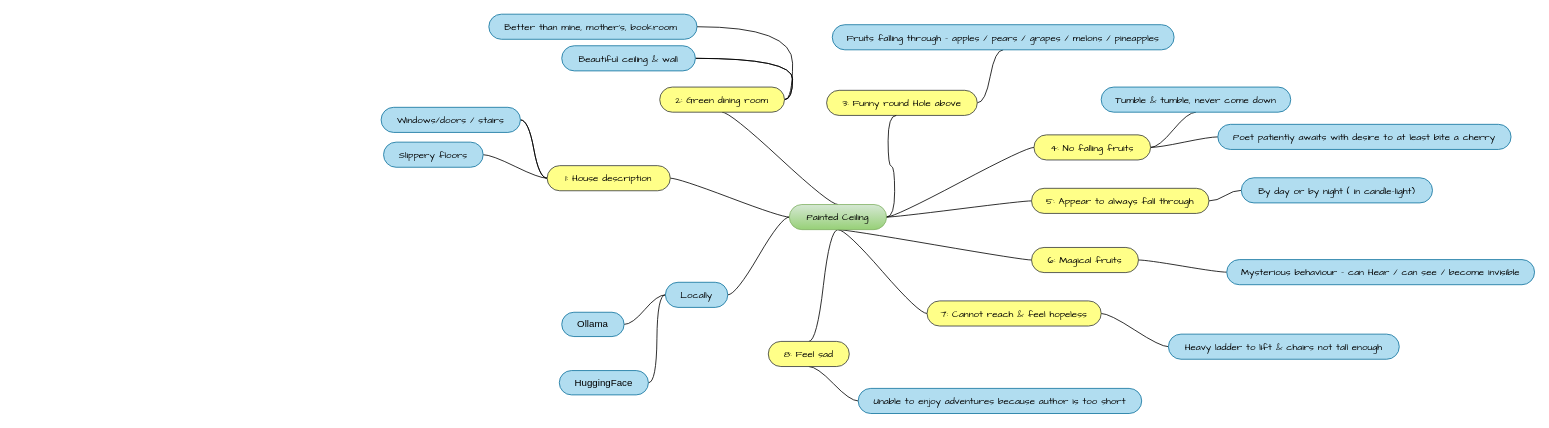
Before: grade6.drawio in bangeras/drawings, a draw.io diagram. Source tidied: cells renumbered, new cells numbered last; positions are measured from the earlier drawing's top-left corner, leaving out a move shared by most shapes. Both pictures are drawn from the tidied source at 81%, with x=0, y=0 at pixel (381, 14).
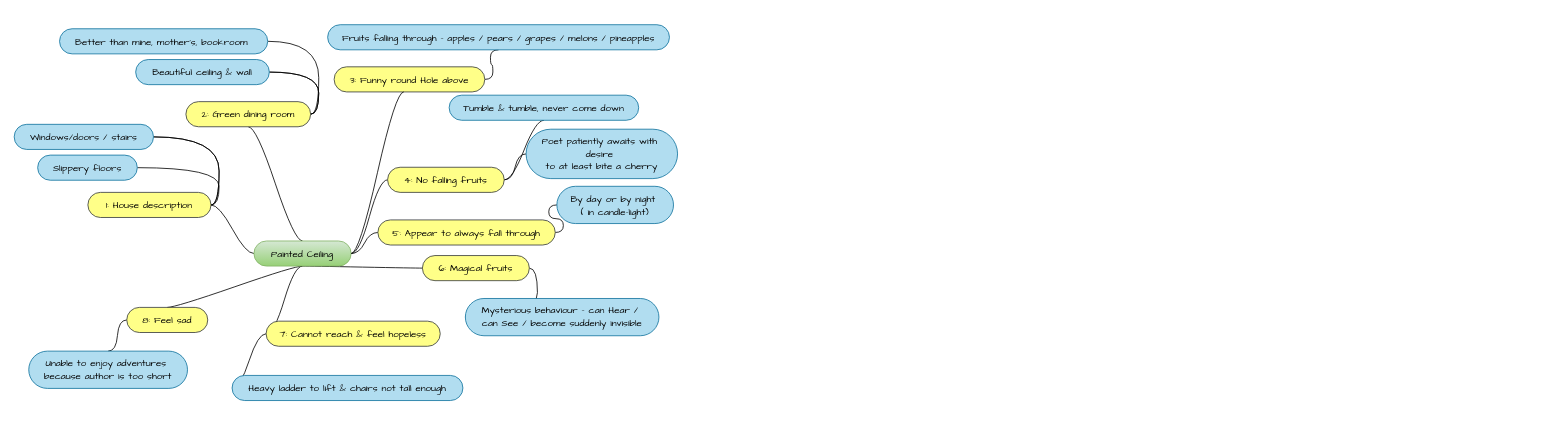
The same page after the edit.

Commit message:
painted ceiling is printer friendly

What changed in the source:
```diff
@@
-    <mxCell id="2" style="edgeStyle=entityRelationEdgeStyle;rounded=0;jettySize=auto;html=1;startArrow=none;endArrow=none;segment=10;curved=1;sourcePerimeterSpacing=0;targetPerimeterSpacing=0;" parent="1" edge="1" source="10" target="13">
-      <mxGeometry relative="1" as="geometry" />
-    </mxCell>
@@
     <mxCell id="10" value="&lt;font face=&quot;Comic Sans MS&quot;&gt;Painted Ceiling&lt;/font&gt;" style="whiteSpace=wrap;html=1;rounded=1;arcSize=50;align=center;verticalAlign=middle;strokeWidth=1;spacing=4;newEdgeStyle={&quot;edgeStyle&quot;:&quot;entityRelationEdgeStyle&quot;,&quot;startArrow&quot;:&quot;none&quot;,&quot;endArrow&quot;:&quot;none&quot;,&quot;segment&quot;:10,&quot;curved&quot;:1,&quot;sourcePerimeterSpacing&quot;:0,&quot;targetPerimeterSpacing&quot;:0};fillColor=#d5e8d4;strokeColor=#82b366;gradientColor=#97d077;" parent="1" vertex="1">
-      <mxGeometry x="504" y="235" width="120" height="31" as="geometry" />
+      <mxGeometry x="-157" y="280" width="120" height="31" as="geometry" />
     </mxCell>
-    <mxCell id="11" style="edgeStyle=entityRelationEdgeStyle;rounded=0;jettySize=auto;html=1;startArrow=none;endArrow=none;segment=10;curved=1;sourcePerimeterSpacing=0;targetPerimeterSpacing=0;" parent="1" edge="1" source="13" target="18">
-      <mxGeometry relative="1" as="geometry" />
+    <mxCell id="11" style="edgeStyle=entityRelationEdgeStyle;rounded=0;orthogonalLoop=1;jettySize=auto;html=1;startArrow=none;endArrow=none;segment=10;curved=1;sourcePerimeterSpacing=0;targetPerimeterSpacing=0;" parent="1" edge="1">
+      <mxGeometry relative="1" as="geometry">
+        <mxPoint x="-102" y="367.5" as="sourcePoint" />
+      </mxGeometry>
     </mxCell>
-    <mxCell id="12" style="edgeStyle=entityRelationEdgeStyle;rounded=0;jettySize=auto;html=1;startArrow=none;endArrow=none;segment=10;curved=1;sourcePerimeterSpacing=0;targetPerimeterSpacing=0;" parent="1" edge="1" source="13" target="19">
-      <mxGeometry relative="1" as="geometry" />
+    <mxCell id="12" style="edgeStyle=entityRelationEdgeStyle;rounded=0;orthogonalLoop=1;jettySize=auto;html=1;startArrow=none;endArrow=none;segment=10;curved=1;sourcePerimeterSpacing=0;targetPerimeterSpacing=0;" parent="1" edge="1">
+      <mxGeometry relative="1" as="geometry">
+        <mxPoint x="-102" y="367.5" as="sourcePoint" />
+      </mxGeometry>
     </mxCell>
-    <mxCell id="13" value="&lt;font face=&quot;Comic Sans MS&quot;&gt;Locally&lt;/font&gt;" style="whiteSpace=wrap;html=1;rounded=1;arcSize=50;align=center;verticalAlign=middle;strokeWidth=1;spacing=4;newEdgeStyle={&quot;edgeStyle&quot;:&quot;entityRelationEdgeStyle&quot;,&quot;startArrow&quot;:&quot;none&quot;,&quot;endArrow&quot;:&quot;none&quot;,&quot;segment&quot;:10,&quot;curved&quot;:1,&quot;sourcePerimeterSpacing&quot;:0,&quot;targetPerimeterSpacing&quot;:0};fillColor=#b1ddf0;strokeColor=#10739e;" parent="1" vertex="1">
-      <mxGeometry x="351" y="331" width="77" height="31" as="geometry" />
-    </mxCell>
@@
     <mxCell id="17" value="&lt;font face=&quot;Comic Sans MS&quot;&gt;1: House description&lt;/font&gt;" style="whiteSpace=wrap;html=1;rounded=1;arcSize=50;align=center;verticalAlign=middle;strokeWidth=1;spacing=4;newEdgeStyle={&quot;edgeStyle&quot;:&quot;entityRelationEdgeStyle&quot;,&quot;startArrow&quot;:&quot;none&quot;,&quot;endArrow&quot;:&quot;none&quot;,&quot;segment&quot;:10,&quot;curved&quot;:1,&quot;sourcePerimeterSpacing&quot;:0,&quot;targetPerimeterSpacing&quot;:0};fillColor=#ffff88;strokeColor=#36393d;" parent="1" vertex="1">
-      <mxGeometry x="205" y="187" width="152" height="31" as="geometry" />
+      <mxGeometry x="-362" y="220" width="152" height="31" as="geometry" />
     </mxCell>
-    <mxCell id="18" value="Ollama" style="whiteSpace=wrap;html=1;rounded=1;arcSize=50;align=center;verticalAlign=middle;strokeWidth=1;spacing=4;newEdgeStyle={&quot;edgeStyle&quot;:&quot;entityRelationEdgeStyle&quot;,&quot;startArrow&quot;:&quot;none&quot;,&quot;endArrow&quot;:&quot;none&quot;,&quot;segment&quot;:10,&quot;curved&quot;:1,&quot;sourcePerimeterSpacing&quot;:0,&quot;targetPerimeterSpacing&quot;:0};fillColor=#b1ddf0;strokeColor=#10739e;" parent="1" vertex="1">
-      <mxGeometry x="223" y="368" width="77" height="30" as="geometry" />
-    </mxCell>
-    <mxCell id="19" value="HuggingFace" style="whiteSpace=wrap;html=1;rounded=1;arcSize=50;align=center;verticalAlign=middle;strokeWidth=1;spacing=4;newEdgeStyle={&quot;edgeStyle&quot;:&quot;entityRelationEdgeStyle&quot;,&quot;startArrow&quot;:&quot;none&quot;,&quot;endArrow&quot;:&quot;none&quot;,&quot;segment&quot;:10,&quot;curved&quot;:1,&quot;sourcePerimeterSpacing&quot;:0,&quot;targetPerimeterSpacing&quot;:0};fillColor=#b1ddf0;strokeColor=#10739e;" parent="1" vertex="1">
-      <mxGeometry x="220" y="440" width="110" height="30" as="geometry" />
-    </mxCell>
     <mxCell id="20" value="&lt;font face=&quot;Comic Sans MS&quot;&gt;Windows/doors / stairs&lt;/font&gt;" style="whiteSpace=wrap;html=1;rounded=1;arcSize=50;align=center;verticalAlign=middle;strokeWidth=1;spacing=4;newEdgeStyle={&quot;edgeStyle&quot;:&quot;entityRelationEdgeStyle&quot;,&quot;startArrow&quot;:&quot;none&quot;,&quot;endArrow&quot;:&quot;none&quot;,&quot;segment&quot;:10,&quot;curved&quot;:1,&quot;sourcePerimeterSpacing&quot;:0,&quot;targetPerimeterSpacing&quot;:0};fillColor=#b1ddf0;strokeColor=#10739e;" parent="1" vertex="1">
-      <mxGeometry y="115" width="172" height="31" as="geometry" />
+      <mxGeometry x="-453" y="136" width="172" height="31" as="geometry" />
     </mxCell>
     <mxCell id="21" value="&lt;font face=&quot;Comic Sans MS&quot;&gt;Slippery floors&lt;/font&gt;" style="whiteSpace=wrap;html=1;rounded=1;arcSize=50;align=center;verticalAlign=middle;strokeWidth=1;spacing=4;newEdgeStyle={&quot;edgeStyle&quot;:&quot;entityRelationEdgeStyle&quot;,&quot;startArrow&quot;:&quot;none&quot;,&quot;endArrow&quot;:&quot;none&quot;,&quot;segment&quot;:10,&quot;curved&quot;:1,&quot;sourcePerimeterSpacing&quot;:0,&quot;targetPerimeterSpacing&quot;:0};fillColor=#b1ddf0;strokeColor=#10739e;" parent="1" vertex="1">
-      <mxGeometry x="3" y="158" width="123" height="31" as="geometry" />
+      <mxGeometry x="-424" y="174" width="123" height="31" as="geometry" />
     </mxCell>
@@
     <mxCell id="25" value="&lt;font face=&quot;Comic Sans MS&quot;&gt;2: Green dining room&lt;/font&gt;" style="whiteSpace=wrap;html=1;rounded=1;arcSize=50;align=center;verticalAlign=middle;strokeWidth=1;spacing=4;newEdgeStyle={&quot;edgeStyle&quot;:&quot;entityRelationEdgeStyle&quot;,&quot;startArrow&quot;:&quot;none&quot;,&quot;endArrow&quot;:&quot;none&quot;,&quot;segment&quot;:10,&quot;curved&quot;:1,&quot;sourcePerimeterSpacing&quot;:0,&quot;targetPerimeterSpacing&quot;:0};fillColor=#ffff88;strokeColor=#36393d;" parent="1" vertex="1">
-      <mxGeometry x="344" y="90" width="154" height="31" as="geometry" />
+      <mxGeometry x="-241" y="108" width="154" height="31" as="geometry" />
     </mxCell>
     <mxCell id="26" value="&lt;font face=&quot;Comic Sans MS&quot;&gt;Beautiful ceiling &amp;amp; wall&lt;/font&gt;" style="whiteSpace=wrap;html=1;rounded=1;arcSize=50;align=center;verticalAlign=middle;strokeWidth=1;spacing=4;newEdgeStyle={&quot;edgeStyle&quot;:&quot;entityRelationEdgeStyle&quot;,&quot;startArrow&quot;:&quot;none&quot;,&quot;endArrow&quot;:&quot;none&quot;,&quot;segment&quot;:10,&quot;curved&quot;:1,&quot;sourcePerimeterSpacing&quot;:0,&quot;targetPerimeterSpacing&quot;:0};fillColor=#b1ddf0;strokeColor=#10739e;" parent="1" vertex="1">
-      <mxGeometry x="223" y="39" width="165" height="31" as="geometry" />
+      <mxGeometry x="-303" y="56" width="165" height="31" as="geometry" />
     </mxCell>
     <mxCell id="27" value="&lt;font face=&quot;Comic Sans MS&quot;&gt;Better than mine, mother's, bookroom&amp;nbsp;&lt;/font&gt;" style="whiteSpace=wrap;html=1;rounded=1;arcSize=50;align=center;verticalAlign=middle;strokeWidth=1;spacing=4;newEdgeStyle={&quot;edgeStyle&quot;:&quot;entityRelationEdgeStyle&quot;,&quot;startArrow&quot;:&quot;none&quot;,&quot;endArrow&quot;:&quot;none&quot;,&quot;segment&quot;:10,&quot;curved&quot;:1,&quot;sourcePerimeterSpacing&quot;:0,&quot;targetPerimeterSpacing&quot;:0};fillColor=#b1ddf0;strokeColor=#10739e;" parent="1" vertex="1">
-      <mxGeometry x="133" width="257" height="31" as="geometry" />
+      <mxGeometry x="-397" y="18" width="257" height="31" as="geometry" />
     </mxCell>
@@
     <mxCell id="29" value="&lt;font face=&quot;Comic Sans MS&quot;&gt;3: Funny round Hole above&lt;/font&gt;" style="whiteSpace=wrap;html=1;rounded=1;arcSize=50;align=center;verticalAlign=middle;strokeWidth=1;spacing=4;newEdgeStyle={&quot;edgeStyle&quot;:&quot;entityRelationEdgeStyle&quot;,&quot;startArrow&quot;:&quot;none&quot;,&quot;endArrow&quot;:&quot;none&quot;,&quot;segment&quot;:10,&quot;curved&quot;:1,&quot;sourcePerimeterSpacing&quot;:0,&quot;targetPerimeterSpacing&quot;:0};fillColor=#ffff88;strokeColor=#36393d;" parent="1" vertex="1">
-      <mxGeometry x="550" y="94" width="186" height="31" as="geometry" />
+      <mxGeometry x="-58" y="65" width="186" height="31" as="geometry" />
     </mxCell>
     <mxCell id="30" value="&lt;font face=&quot;Comic Sans MS&quot;&gt;Fruits falling through - apples / pears / grapes / melons / pineapples&lt;/font&gt;" style="whiteSpace=wrap;html=1;rounded=1;arcSize=50;align=center;verticalAlign=middle;strokeWidth=1;spacing=4;newEdgeStyle={&quot;edgeStyle&quot;:&quot;entityRelationEdgeStyle&quot;,&quot;startArrow&quot;:&quot;none&quot;,&quot;endArrow&quot;:&quot;none&quot;,&quot;segment&quot;:10,&quot;curved&quot;:1,&quot;sourcePerimeterSpacing&quot;:0,&quot;targetPerimeterSpacing&quot;:0};fillColor=#b1ddf0;strokeColor=#10739e;" parent="1" vertex="1">
-      <mxGeometry x="557" y="13" width="422" height="31" as="geometry" />
+      <mxGeometry x="-66" y="13" width="422" height="31" as="geometry" />
     </mxCell>
@@
     <mxCell id="34" value="&lt;font face=&quot;Comic Sans MS&quot;&gt;4: No falling fruits&lt;/font&gt;" style="whiteSpace=wrap;html=1;rounded=1;arcSize=50;align=center;verticalAlign=middle;strokeWidth=1;spacing=4;newEdgeStyle={&quot;edgeStyle&quot;:&quot;entityRelationEdgeStyle&quot;,&quot;startArrow&quot;:&quot;none&quot;,&quot;endArrow&quot;:&quot;none&quot;,&quot;segment&quot;:10,&quot;curved&quot;:1,&quot;sourcePerimeterSpacing&quot;:0,&quot;targetPerimeterSpacing&quot;:0};fillColor=#ffff88;strokeColor=#36393d;" parent="1" vertex="1">
-      <mxGeometry x="806" y="149" width="144" height="31" as="geometry" />
+      <mxGeometry x="8" y="189" width="144" height="31" as="geometry" />
     </mxCell>
     <mxCell id="35" value="&lt;font face=&quot;Comic Sans MS&quot;&gt;Tumble &amp;amp; tumble, never come down&lt;/font&gt;" style="whiteSpace=wrap;html=1;rounded=1;arcSize=50;align=center;verticalAlign=middle;strokeWidth=1;spacing=4;newEdgeStyle={&quot;edgeStyle&quot;:&quot;entityRelationEdgeStyle&quot;,&quot;startArrow&quot;:&quot;none&quot;,&quot;endArrow&quot;:&quot;none&quot;,&quot;segment&quot;:10,&quot;curved&quot;:1,&quot;sourcePerimeterSpacing&quot;:0,&quot;targetPerimeterSpacing&quot;:0};fillColor=#b1ddf0;strokeColor=#10739e;" parent="1" vertex="1">
-      <mxGeometry x="889" y="90" width="234" height="31" as="geometry" />
+      <mxGeometry x="84" y="100" width="234" height="31" as="geometry" />
     </mxCell>
-    <mxCell id="36" value="&lt;font face=&quot;Comic Sans MS&quot;&gt;Poet patiently awaits with desire to at least bite a cherry&lt;/font&gt;" style="whiteSpace=wrap;html=1;rounded=1;arcSize=50;align=center;verticalAlign=middle;strokeWidth=1;spacing=4;newEdgeStyle={&quot;edgeStyle&quot;:&quot;entityRelationEdgeStyle&quot;,&quot;startArrow&quot;:&quot;none&quot;,&quot;endArrow&quot;:&quot;none&quot;,&quot;segment&quot;:10,&quot;curved&quot;:1,&quot;sourcePerimeterSpacing&quot;:0,&quot;targetPerimeterSpacing&quot;:0};fillColor=#b1ddf0;strokeColor=#10739e;" parent="1" vertex="1">
-      <mxGeometry x="1033" y="136" width="362" height="31" as="geometry" />
+    <mxCell id="36" value="&lt;font face=&quot;Comic Sans MS&quot;&gt;Poet patiently awaits with&amp;nbsp;&lt;/font&gt;&lt;div&gt;&lt;font face=&quot;Comic Sans MS&quot;&gt;desire&amp;nbsp;&lt;/font&gt;&lt;div&gt;&lt;font face=&quot;Comic Sans MS&quot;&gt;to at least bite a cherry&lt;/font&gt;&lt;/div&gt;&lt;/div&gt;" style="whiteSpace=wrap;html=1;rounded=1;arcSize=50;align=center;verticalAlign=middle;strokeWidth=1;spacing=4;newEdgeStyle={&quot;edgeStyle&quot;:&quot;entityRelationEdgeStyle&quot;,&quot;startArrow&quot;:&quot;none&quot;,&quot;endArrow&quot;:&quot;none&quot;,&quot;segment&quot;:10,&quot;curved&quot;:1,&quot;sourcePerimeterSpacing&quot;:0,&quot;targetPerimeterSpacing&quot;:0};fillColor=#b1ddf0;strokeColor=#10739e;" parent="1" vertex="1">
+      <mxGeometry x="179" y="142" width="187" height="61" as="geometry" />
     </mxCell>
@@
     <mxCell id="38" value="&lt;font face=&quot;Comic Sans MS&quot;&gt;5: Appear to always fall through&lt;/font&gt;" style="whiteSpace=wrap;html=1;rounded=1;arcSize=50;align=center;verticalAlign=middle;strokeWidth=1;spacing=4;newEdgeStyle={&quot;edgeStyle&quot;:&quot;entityRelationEdgeStyle&quot;,&quot;startArrow&quot;:&quot;none&quot;,&quot;endArrow&quot;:&quot;none&quot;,&quot;segment&quot;:10,&quot;curved&quot;:1,&quot;sourcePerimeterSpacing&quot;:0,&quot;targetPerimeterSpacing&quot;:0};fillColor=#ffff88;strokeColor=#36393d;" parent="1" vertex="1">
-      <mxGeometry x="803" y="215" width="219" height="31" as="geometry" />
+      <mxGeometry x="-4" y="254" width="219" height="31" as="geometry" />
     </mxCell>
-    <mxCell id="39" value="&lt;font face=&quot;Comic Sans MS&quot;&gt;By day or by night ( in candle-light)&lt;/font&gt;" style="whiteSpace=wrap;html=1;rounded=1;arcSize=50;align=center;verticalAlign=middle;strokeWidth=1;spacing=4;newEdgeStyle={&quot;edgeStyle&quot;:&quot;entityRelationEdgeStyle&quot;,&quot;startArrow&quot;:&quot;none&quot;,&quot;endArrow&quot;:&quot;none&quot;,&quot;segment&quot;:10,&quot;curved&quot;:1,&quot;sourcePerimeterSpacing&quot;:0,&quot;targetPerimeterSpacing&quot;:0};fillColor=#b1ddf0;strokeColor=#10739e;" parent="1" vertex="1">
-      <mxGeometry x="1062" y="202" width="236" height="31" as="geometry" />
+    <mxCell id="39" value="&lt;font face=&quot;Comic Sans MS&quot;&gt;By day or by night&amp;nbsp;&lt;/font&gt;&lt;div&gt;&lt;font face=&quot;Comic Sans MS&quot;&gt;( in candle-light)&lt;/font&gt;&lt;/div&gt;" style="whiteSpace=wrap;html=1;rounded=1;arcSize=50;align=center;verticalAlign=middle;strokeWidth=1;spacing=4;newEdgeStyle={&quot;edgeStyle&quot;:&quot;entityRelationEdgeStyle&quot;,&quot;startArrow&quot;:&quot;none&quot;,&quot;endArrow&quot;:&quot;none&quot;,&quot;segment&quot;:10,&quot;curved&quot;:1,&quot;sourcePerimeterSpacing&quot;:0,&quot;targetPerimeterSpacing&quot;:0};fillColor=#b1ddf0;strokeColor=#10739e;" parent="1" vertex="1">
+      <mxGeometry x="217" y="212.5" width="144" height="46" as="geometry" />
     </mxCell>
@@
     <mxCell id="41" value="&lt;font face=&quot;Comic Sans MS&quot;&gt;6: Magical fruits&lt;/font&gt;" style="whiteSpace=wrap;html=1;rounded=1;arcSize=50;align=center;verticalAlign=middle;strokeWidth=1;spacing=4;newEdgeStyle={&quot;edgeStyle&quot;:&quot;entityRelationEdgeStyle&quot;,&quot;startArrow&quot;:&quot;none&quot;,&quot;endArrow&quot;:&quot;none&quot;,&quot;segment&quot;:10,&quot;curved&quot;:1,&quot;sourcePerimeterSpacing&quot;:0,&quot;targetPerimeterSpacing&quot;:0};fillColor=#ffff88;strokeColor=#36393d;" parent="1" vertex="1">
-      <mxGeometry x="803" y="288" width="132" height="31" as="geometry" />
+      <mxGeometry x="51" y="298" width="132" height="31" as="geometry" />
     </mxCell>
-    <mxCell id="42" value="&lt;font face=&quot;Comic Sans MS&quot;&gt;Mysterious behaviour - can Hear / can see / become invisible&lt;/font&gt;" style="whiteSpace=wrap;html=1;rounded=1;arcSize=50;align=center;verticalAlign=middle;strokeWidth=1;spacing=4;newEdgeStyle={&quot;edgeStyle&quot;:&quot;entityRelationEdgeStyle&quot;,&quot;startArrow&quot;:&quot;none&quot;,&quot;endArrow&quot;:&quot;none&quot;,&quot;segment&quot;:10,&quot;curved&quot;:1,&quot;sourcePerimeterSpacing&quot;:0,&quot;targetPerimeterSpacing&quot;:0};fillColor=#b1ddf0;strokeColor=#10739e;" parent="1" vertex="1">
-      <mxGeometry x="1044" y="303" width="380" height="31" as="geometry" />
+    <mxCell id="42" value="&lt;font face=&quot;Comic Sans MS&quot;&gt;Mysterious behaviour - can Hear /&amp;nbsp;&lt;/font&gt;&lt;div&gt;&lt;font face=&quot;Comic Sans MS&quot;&gt;can See / become suddenly invisible&lt;/font&gt;&lt;/div&gt;" style="whiteSpace=wrap;html=1;rounded=1;arcSize=50;align=center;verticalAlign=middle;strokeWidth=1;spacing=4;newEdgeStyle={&quot;edgeStyle&quot;:&quot;entityRelationEdgeStyle&quot;,&quot;startArrow&quot;:&quot;none&quot;,&quot;endArrow&quot;:&quot;none&quot;,&quot;segment&quot;:10,&quot;curved&quot;:1,&quot;sourcePerimeterSpacing&quot;:0,&quot;targetPerimeterSpacing&quot;:0};fillColor=#b1ddf0;strokeColor=#10739e;" parent="1" vertex="1">
+      <mxGeometry x="104" y="351" width="239" height="46" as="geometry" />
     </mxCell>
@@
     <mxCell id="44" value="&lt;font face=&quot;Comic Sans MS&quot;&gt;7: Cannot reach &amp;amp; feel hopeless&lt;/font&gt;" style="whiteSpace=wrap;html=1;rounded=1;arcSize=50;align=center;verticalAlign=middle;strokeWidth=1;spacing=4;newEdgeStyle={&quot;edgeStyle&quot;:&quot;entityRelationEdgeStyle&quot;,&quot;startArrow&quot;:&quot;none&quot;,&quot;endArrow&quot;:&quot;none&quot;,&quot;segment&quot;:10,&quot;curved&quot;:1,&quot;sourcePerimeterSpacing&quot;:0,&quot;targetPerimeterSpacing&quot;:0};fillColor=#ffff88;strokeColor=#36393d;" parent="1" vertex="1">
-      <mxGeometry x="674" y="354" width="215" height="31" as="geometry" />
+      <mxGeometry x="-142" y="379" width="215" height="31" as="geometry" />
     </mxCell>
     <mxCell id="45" value="&lt;font face=&quot;Comic Sans MS&quot;&gt;Heavy ladder to lift &amp;amp; chairs not tall enough&lt;/font&gt;" style="whiteSpace=wrap;html=1;rounded=1;arcSize=50;align=center;verticalAlign=middle;strokeWidth=1;spacing=4;newEdgeStyle={&quot;edgeStyle&quot;:&quot;entityRelationEdgeStyle&quot;,&quot;startArrow&quot;:&quot;none&quot;,&quot;endArrow&quot;:&quot;none&quot;,&quot;segment&quot;:10,&quot;curved&quot;:1,&quot;sourcePerimeterSpacing&quot;:0,&quot;targetPerimeterSpacing&quot;:0};fillColor=#b1ddf0;strokeColor=#10739e;" parent="1" vertex="1">
-      <mxGeometry x="972" y="395" width="285" height="31" as="geometry" />
+      <mxGeometry x="-184" y="446" width="285" height="31" as="geometry" />
     </mxCell>
-    <mxCell id="46" style="edgeStyle=entityRelationEdgeStyle;rounded=0;jettySize=auto;html=1;startArrow=none;endArrow=none;segment=10;curved=1;sourcePerimeterSpacing=0;targetPerimeterSpacing=0;exitX=0.5;exitY=1;exitDx=0;exitDy=0;" parent="1" edge="1" source="47" target="48">
+    <mxCell id="46" style="edgeStyle=entityRelationEdgeStyle;rounded=0;jettySize=auto;html=1;startArrow=none;endArrow=none;segment=10;curved=1;sourcePerimeterSpacing=0;targetPerimeterSpacing=0;entryX=0.5;entryY=0;entryDx=0;entryDy=0;" parent="1" edge="1" source="47" target="48">
       <mxGeometry relative="1" as="geometry" />
     </mxCell>
     <mxCell id="47" value="&lt;font face=&quot;Comic Sans MS&quot;&gt;8: Feel sad&lt;/font&gt;" style="whiteSpace=wrap;html=1;rounded=1;arcSize=50;align=center;verticalAlign=middle;strokeWidth=1;spacing=4;newEdgeStyle={&quot;edgeStyle&quot;:&quot;entityRelationEdgeStyle&quot;,&quot;startArrow&quot;:&quot;none&quot;,&quot;endArrow&quot;:&quot;none&quot;,&quot;segment&quot;:10,&quot;curved&quot;:1,&quot;sourcePerimeterSpacing&quot;:0,&quot;targetPerimeterSpacing&quot;:0};fillColor=#ffff88;strokeColor=#36393d;" parent="1" vertex="1">
-      <mxGeometry x="478" y="404" width="100" height="31" as="geometry" />
+      <mxGeometry x="-314" y="362" width="100" height="31" as="geometry" />
     </mxCell>
-    <mxCell id="48" value="&lt;font face=&quot;Comic Sans MS&quot;&gt;Unable to enjoy adventures because author is too short&lt;/font&gt;" style="whiteSpace=wrap;html=1;rounded=1;arcSize=50;align=center;verticalAlign=middle;strokeWidth=1;spacing=4;newEdgeStyle={&quot;edgeStyle&quot;:&quot;entityRelationEdgeStyle&quot;,&quot;startArrow&quot;:&quot;none&quot;,&quot;endArrow&quot;:&quot;none&quot;,&quot;segment&quot;:10,&quot;curved&quot;:1,&quot;sourcePerimeterSpacing&quot;:0,&quot;targetPerimeterSpacing&quot;:0};fillColor=#b1ddf0;strokeColor=#10739e;" parent="1" vertex="1">
-      <mxGeometry x="589" y="462" width="350" height="31" as="geometry" />
+    <mxCell id="48" value="&lt;font face=&quot;Comic Sans MS&quot;&gt;Unable to enjoy adventures&amp;nbsp;&lt;/font&gt;&lt;div&gt;&lt;font face=&quot;Comic Sans MS&quot;&gt;because author is too short&lt;/font&gt;&lt;/div&gt;" style="whiteSpace=wrap;html=1;rounded=1;arcSize=50;align=center;verticalAlign=middle;strokeWidth=1;spacing=4;newEdgeStyle={&quot;edgeStyle&quot;:&quot;entityRelationEdgeStyle&quot;,&quot;startArrow&quot;:&quot;none&quot;,&quot;endArrow&quot;:&quot;none&quot;,&quot;segment&quot;:10,&quot;curved&quot;:1,&quot;sourcePerimeterSpacing&quot;:0,&quot;targetPerimeterSpacing&quot;:0};fillColor=#b1ddf0;strokeColor=#10739e;" parent="1" vertex="1">
+      <mxGeometry x="-435" y="416" width="196" height="46" as="geometry" />
     </mxCell>
```
